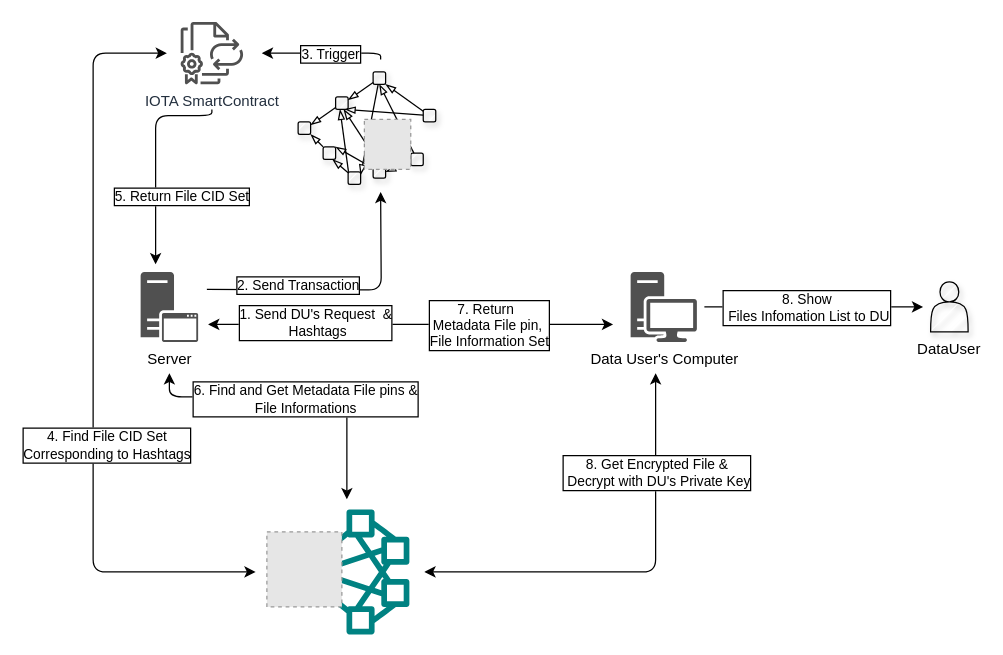
Earlier version of the draw.io diagram page "Access Data" (5 of 5) of 碩論/Fig/Fig1.drawio (kuromasama/Paper). Source tidied: cells renumbered, new cells numbered last; positions are measured from the earlier drawing's top-left corner, leaving out a move shared by most shapes. Both pictures are drawn from the tidied source at 125%, with x=0, y=0 at pixel (92, -60). Pictures stored in the file or linked from it are replaced by grey dashed boxes.
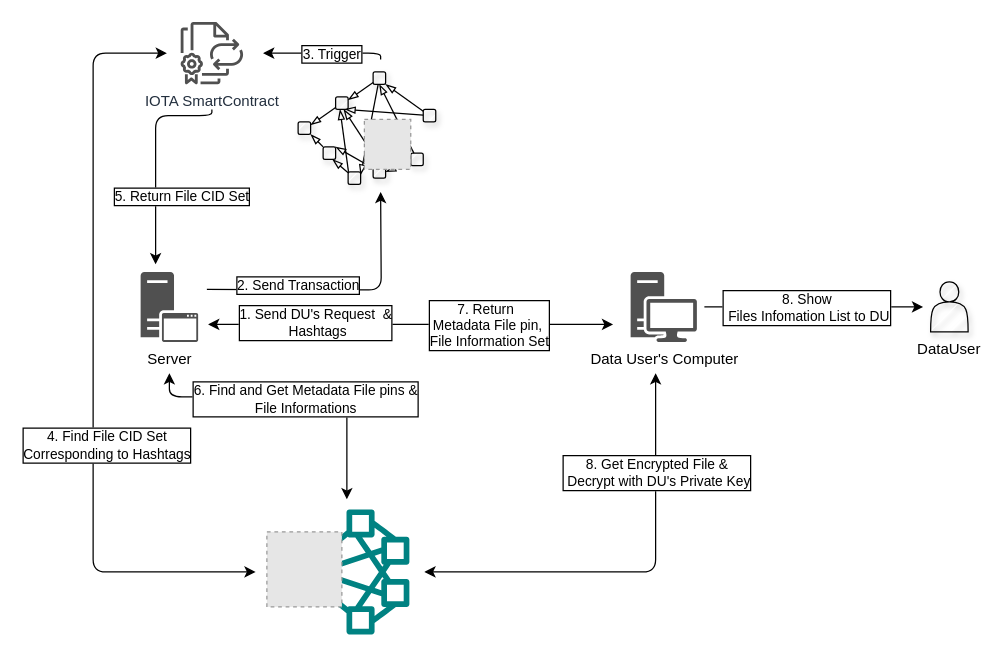
The same diagram, later.

The change refers to these unchanged cells:
```xml
<mxCell id="13" value="IOTA SmartContract" style="sketch=0;outlineConnect=0;fontColor=#232F3E;gradientColor=none;fillColor=#505050;strokeColor=none;dashed=0;verticalLabelPosition=bottom;verticalAlign=top;align=center;html=1;fontSize=12;fontStyle=0;shape=mxgraph.aws4.license_manager_license_blending;shadow=0;comic=0;fillStyle=auto;fontFamily=Helvetica;" parent="1" vertex="1">
  <mxGeometry x="70" y="65" width="50" height="50" as="geometry" />
</mxCell>
```

Diff of the diagram source:
```diff
@@
-    <mxCell id="11" style="edgeStyle=elbowEdgeStyle;rounded=1;jumpSize=6;jettySize=auto;html=1;strokeWidth=1;fontFamily=Helvetica;fontSize=11;fontColor=none;sourcePerimeterSpacing=16;targetPerimeterSpacing=15;elbow=vertical;" parent="1" edge="1" target="13">
+    <mxCell id="11" style="edgeStyle=elbowEdgeStyle;rounded=1;jumpSize=6;jettySize=auto;html=1;strokeWidth=1;fontFamily=Helvetica;fontSize=11;fontColor=none;sourcePerimeterSpacing=-1;targetPerimeterSpacing=16;elbow=vertical;" parent="1" edge="1" target="13">
       <mxGeometry relative="1" as="geometry">
         <mxPoint x="230" y="95" as="sourcePoint" />
         <Array as="points">
           <mxPoint x="140" y="90" />
           <mxPoint x="120" y="155" />
           <mxPoint x="130" y="165" />
           <mxPoint x="160" y="165" />
           <mxPoint x="214" y="45" />
           <mxPoint x="384" y="45" />
         </Array>
       </mxGeometry>
     </mxCell>
```
